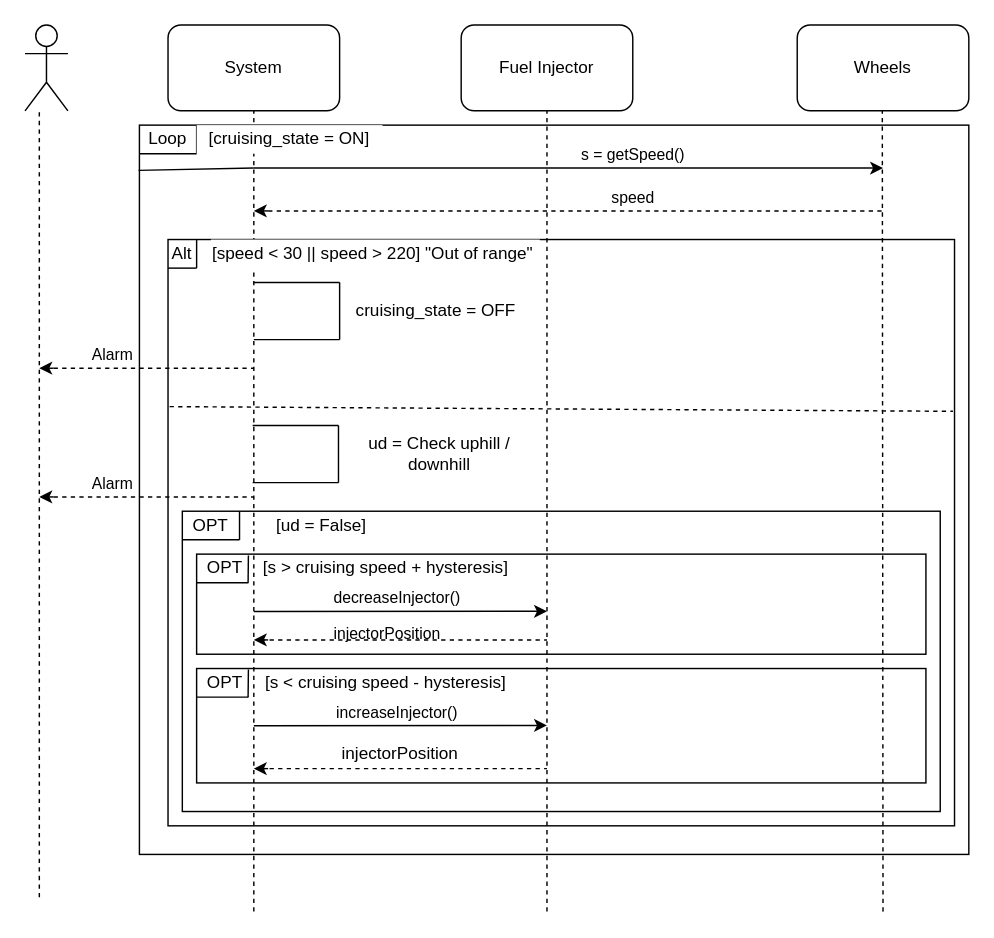
This is Keep_Cruising.drawio from PashaJ23/sandbox-area, a draw.io file, before an edit. Source tidied: cells renumbered, new cells numbered last; positions are measured from the earlier drawing's top-left corner, leaving out a move shared by most shapes. Both pictures are drawn from the tidied source at 143%, with x=0, y=0 at pixel (24, 24).
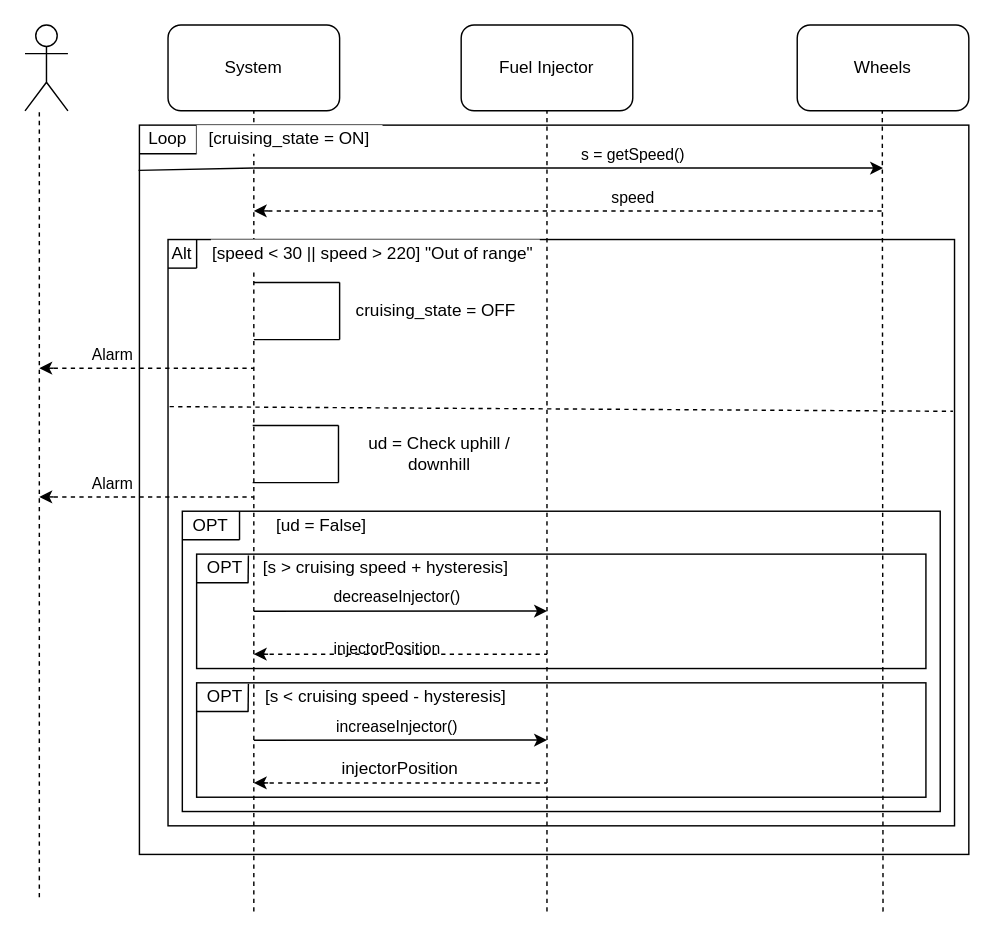
The same diagram, later.

Diff of the diagram source:
```diff
@@
-    <mxCell id="2" style="rounded=0;whiteSpace=wrap;html=1;shadow=0;glass=0;labelBackgroundColor=#ffffff;sketch=0;fillColor=none;" parent="1" vertex="1">
-      <mxGeometry x="120" y="450" width="510" height="80" as="geometry" />
-    </mxCell>
-    <mxCell id="3" style="rounded=0;whiteSpace=wrap;html=1;glass=0;shadow=0;sketch=0;fillColor=none;" parent="1" vertex="1">
+    <mxCell id="3" style="rounded=0;whiteSpace=wrap;html=1;glass=0;shadow=0;sketch=0;fillColor=none;labelBackgroundColor=none;" parent="1" vertex="1">
       <mxGeometry x="80" y="70" width="580" height="510" as="geometry" />
     </mxCell>
@@
+    <mxCell id="2" style="rounded=0;whiteSpace=wrap;html=1;shadow=0;glass=0;labelBackgroundColor=#ffffff;sketch=0;fillColor=none;" parent="1" vertex="1">
+      <mxGeometry x="120" y="460" width="510" height="80" as="geometry" />
+    </mxCell>
     <mxCell id="6" style="rounded=0;whiteSpace=wrap;html=1;shadow=0;glass=0;labelBackgroundColor=#ffffff;sketch=0;fillColor=none;" parent="1" vertex="1">
-      <mxGeometry x="120" y="370" width="510" height="70" as="geometry" />
+      <mxGeometry x="120" y="370" width="510" height="80" as="geometry" />
     </mxCell>
@@
     <mxCell id="52" style="endArrow=classic;html=1;" parent="1" edge="1">
       <mxGeometry relative="1" as="geometry">
-        <mxPoint x="160" y="410.1" as="sourcePoint" />
-        <mxPoint x="365" y="410" as="targetPoint" />
+        <mxPoint x="160" y="409.9" as="sourcePoint" />
+        <mxPoint x="365" y="409.8" as="targetPoint" />
       </mxGeometry>
     </mxCell>
@@
     <mxCell id="54" style="endArrow=none;dashed=1;html=1;" parent="1" edge="1">
       <mxGeometry relative="1" as="geometry">
-        <mxPoint x="165" y="430" as="sourcePoint" />
-        <mxPoint x="365" y="430" as="targetPoint" />
+        <mxPoint x="165" y="440" as="sourcePoint" />
+        <mxPoint x="365" y="440" as="targetPoint" />
       </mxGeometry>
     </mxCell>
@@
     <mxCell id="56" style="endArrow=classic;html=1;" parent="1" edge="1">
       <mxGeometry relative="1" as="geometry">
-        <mxPoint x="170" y="430" as="sourcePoint" />
-        <mxPoint x="160" y="430" as="targetPoint" />
+        <mxPoint x="170" y="440" as="sourcePoint" />
+        <mxPoint x="160" y="440" as="targetPoint" />
       </mxGeometry>
     </mxCell>
     <mxCell id="57" value="OPT" style="text;html=1;strokeColor=none;fillColor=none;align=center;verticalAlign=middle;whiteSpace=wrap;rounded=0;shadow=0;glass=0;labelBackgroundColor=#ffffff;sketch=0;" parent="1" vertex="1">
-      <mxGeometry x="120" y="450" width="40" height="20" as="geometry" />
+      <mxGeometry x="120" y="460" width="40" height="20" as="geometry" />
     </mxCell>
     <mxCell id="58" style="endArrow=none;html=1;exitX=0;exitY=1;exitDx=0;exitDy=0;entryX=0.906;entryY=0.998;entryDx=0;entryDy=0;entryPerimeter=0;" parent="1" edge="1">
       <mxGeometry relative="1" as="geometry">
-        <mxPoint x="120" y="470" as="sourcePoint" />
-        <mxPoint x="156.2" y="470" as="targetPoint" />
+        <mxPoint x="120" y="480" as="sourcePoint" />
+        <mxPoint x="156.2" y="480" as="targetPoint" />
       </mxGeometry>
     </mxCell>
@@
     <mxCell id="60" value="[s &amp;lt; cruising speed - hysteresis]" style="text;html=1;strokeColor=none;fillColor=none;align=center;verticalAlign=middle;whiteSpace=wrap;rounded=0;shadow=0;glass=0;labelBackgroundColor=none;sketch=0;" parent="1" vertex="1">
-      <mxGeometry x="165" y="450" width="175" height="20" as="geometry" />
+      <mxGeometry x="165" y="460" width="175" height="20" as="geometry" />
     </mxCell>
     <mxCell id="61" style="endArrow=classic;html=1;" parent="1" edge="1">
       <mxGeometry relative="1" as="geometry">
-        <mxPoint x="160" y="490" as="sourcePoint" />
-        <mxPoint x="365" y="489.8" as="targetPoint" />
+        <mxPoint x="160" y="500.2" as="sourcePoint" />
+        <mxPoint x="365" y="500" as="targetPoint" />
       </mxGeometry>
     </mxCell>
@@
     <mxCell id="63" style="endArrow=none;dashed=1;html=1;" parent="1" edge="1">
       <mxGeometry relative="1" as="geometry">
-        <mxPoint x="165" y="520" as="sourcePoint" />
-        <mxPoint x="365" y="520" as="targetPoint" />
+        <mxPoint x="165" y="530" as="sourcePoint" />
+        <mxPoint x="365" y="530" as="targetPoint" />
       </mxGeometry>
     </mxCell>
     <mxCell id="64" style="endArrow=classic;html=1;" parent="1" edge="1">
       <mxGeometry relative="1" as="geometry">
-        <mxPoint x="170" y="520" as="sourcePoint" />
-        <mxPoint x="160" y="520" as="targetPoint" />
+        <mxPoint x="170" y="530" as="sourcePoint" />
+        <mxPoint x="160" y="530" as="targetPoint" />
       </mxGeometry>
     </mxCell>
     <mxCell id="65" value="injectorPosition" style="text;html=1;strokeColor=none;fillColor=none;align=center;verticalAlign=middle;whiteSpace=wrap;rounded=0;shadow=0;glass=0;labelBackgroundColor=none;sketch=0;" parent="1" vertex="1">
-      <mxGeometry x="210" y="500" width="105" height="20" as="geometry" />
+      <mxGeometry x="210" y="510" width="105" height="20" as="geometry" />
     </mxCell>
```
